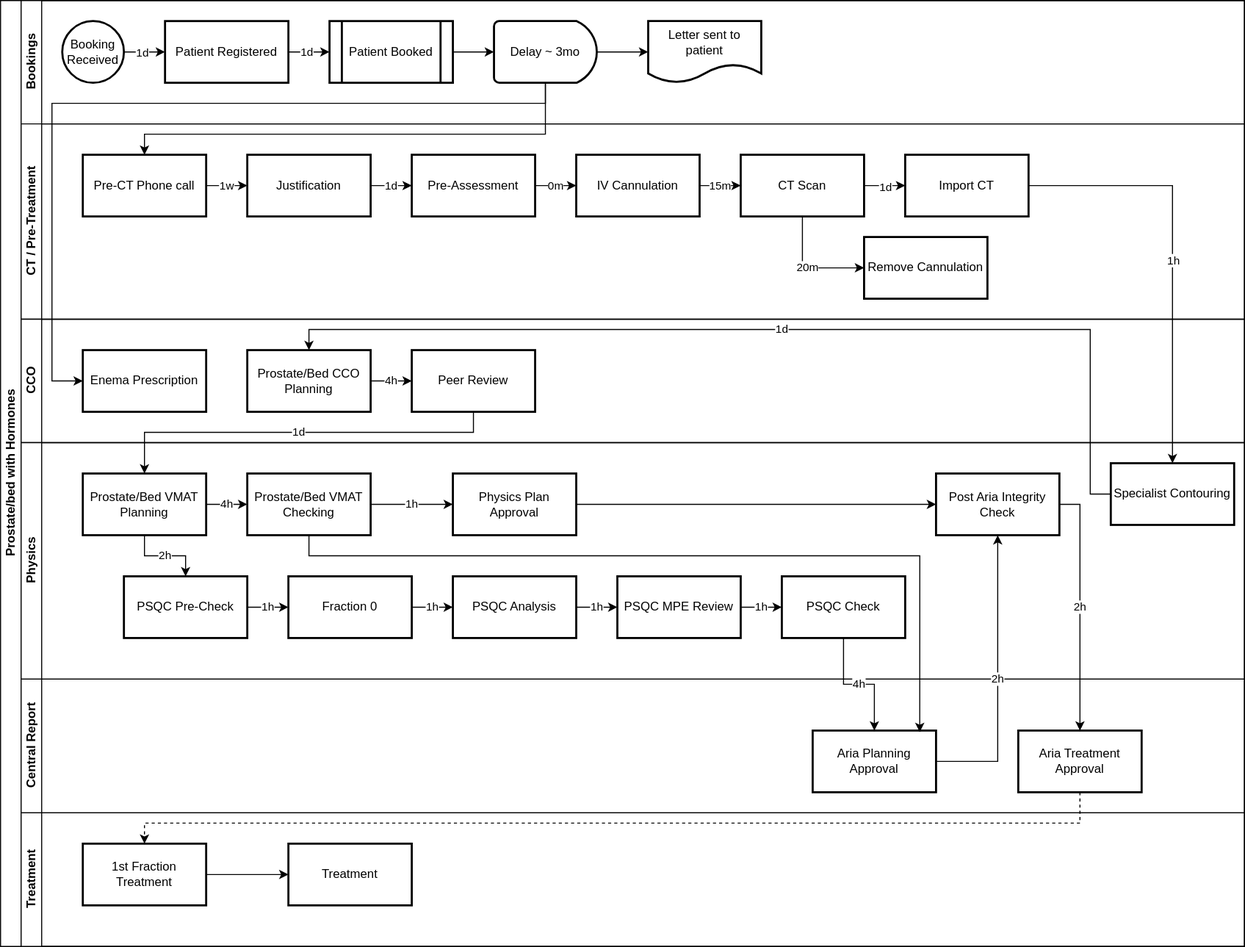
Above: Assets/ProstateNodes_Hormone.svg in MCollins87/CarePathReview (draw.io), before the change. Source tidied: cells renumbered, new cells last; positions are measured from the earlier drawing's top-left corner, leaving out a move shared by most shapes.
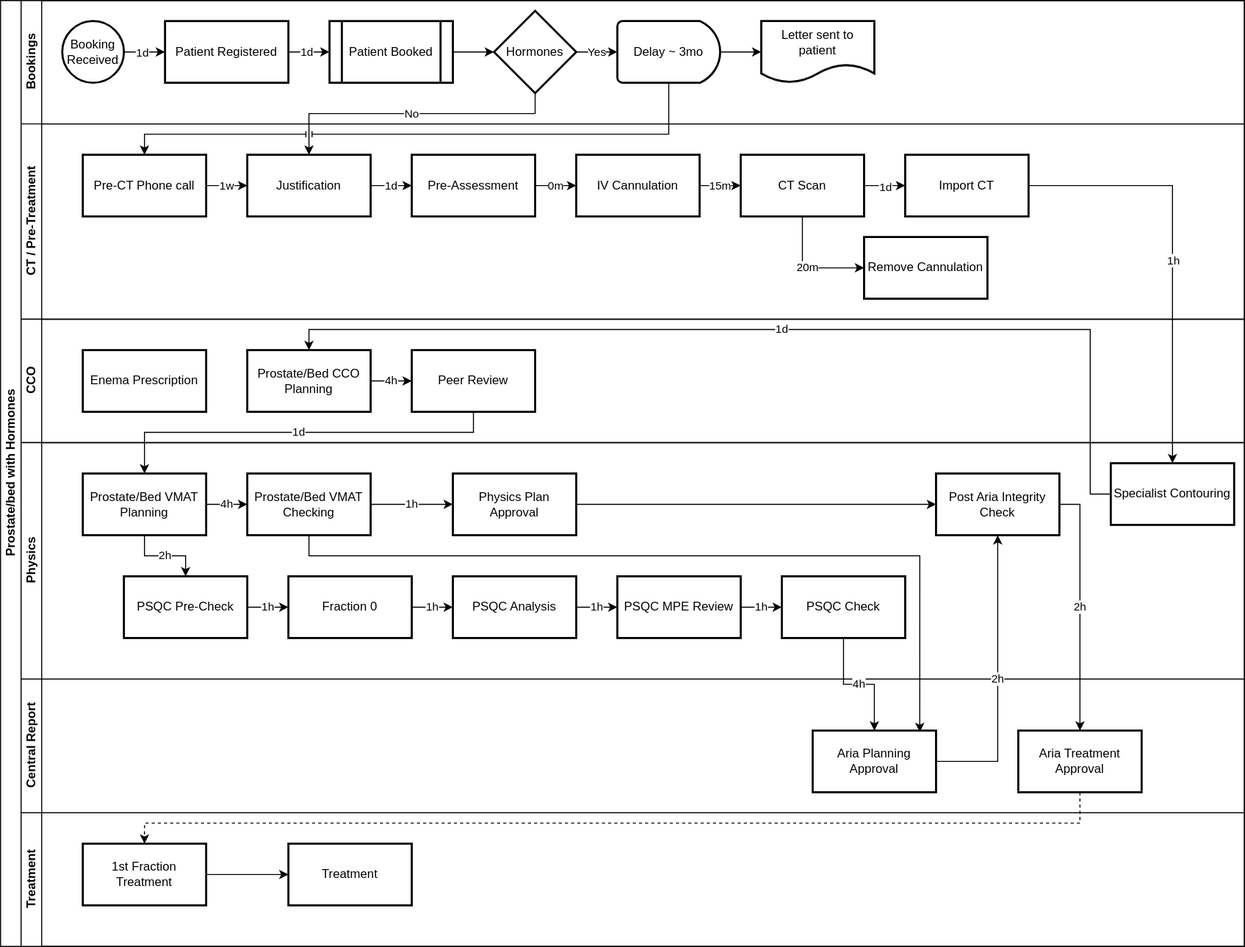
After the change.

Diff of the diagram source:
```diff
@@ -33,14 +33,20 @@
       <mxGeometry relative="1" as="geometry" />
     </mxCell>
     <mxCell id="12" value="Delay ~ 3mo" style="strokeWidth=2;html=1;shape=mxgraph.flowchart.delay;whiteSpace=wrap;" parent="3" vertex="1">
-      <mxGeometry x="460" y="20" width="100" height="60" as="geometry" />
+      <mxGeometry x="580" y="20" width="100" height="60" as="geometry" />
     </mxCell>
-    <mxCell id="13" style="edgeStyle=orthogonalEdgeStyle;rounded=0;jettySize=auto;html=1;exitX=1;exitY=0.5;exitDx=0;exitDy=0;entryX=0;entryY=0.5;entryDx=0;entryDy=0;entryPerimeter=0;" parent="3" edge="1" source="10" target="12">
-      <mxGeometry relative="1" as="geometry" />
-    </mxCell>
     <mxCell id="14" value="Letter sent to patient" style="shape=document;whiteSpace=wrap;html=1;boundedLbl=1;strokeWidth=2;" parent="3" vertex="1">
-      <mxGeometry x="610" y="20" width="110" height="60" as="geometry" />
+      <mxGeometry x="720" y="20" width="110" height="60" as="geometry" />
     </mxCell>
+    <mxCell id="72" value="Hormones" style="strokeWidth=2;html=1;shape=mxgraph.flowchart.decision;whiteSpace=wrap;" parent="3" vertex="1">
+      <mxGeometry x="460" y="10" width="80" height="80" as="geometry" />
+    </mxCell>
+    <mxCell id="73" style="edgeStyle=orthogonalEdgeStyle;rounded=0;jettySize=auto;html=1;exitX=1;exitY=0.5;exitDx=0;exitDy=0;entryX=0;entryY=0.5;entryDx=0;entryDy=0;entryPerimeter=0;" parent="3" edge="1" source="10" target="72">
+      <mxGeometry relative="1" as="geometry" />
+    </mxCell>
+    <mxCell id="74" value="Yes" style="edgeStyle=orthogonalEdgeStyle;rounded=0;jettySize=auto;html=1;exitX=1;exitY=0.5;exitDx=0;exitDy=0;exitPerimeter=0;entryX=0;entryY=0.5;entryDx=0;entryDy=0;entryPerimeter=0;" parent="3" edge="1" source="72" target="12">
+      <mxGeometry relative="1" as="geometry" />
+    </mxCell>
     <mxCell id="15" value="CT / Pre-Treatment" style="swimlane;html=1;startSize=20;horizontal=0;" parent="2" vertex="1">
       <mxGeometry x="20" y="120" width="1190" height="190" as="geometry" />
     </mxCell>
@@ -179,14 +185,6 @@
     <mxCell id="60" value="Treatment" style="whiteSpace=wrap;html=1;strokeWidth=2;" parent="57" vertex="1">
       <mxGeometry x="260" y="30" width="120" height="60" as="geometry" />
     </mxCell>
-    <mxCell id="61" style="edgeStyle=orthogonalEdgeStyle;rounded=0;jettySize=auto;html=1;" parent="2" edge="1" source="12" target="17">
-      <mxGeometry relative="1" as="geometry">
-        <Array as="points">
-          <mxPoint x="530" y="130" />
-          <mxPoint x="140" y="130" />
-        </Array>
-      </mxGeometry>
-    </mxCell>
     <mxCell id="62" value="1d" style="edgeStyle=orthogonalEdgeStyle;rounded=0;jettySize=auto;html=1;exitX=0.5;exitY=1;exitDx=0;exitDy=0;entryX=0.5;entryY=0;entryDx=0;entryDy=0;" parent="2" edge="1" source="33" target="38">
       <mxGeometry relative="1" as="geometry">
         <Array as="points">
@@ -224,15 +222,6 @@
     <mxCell id="67" value="4h" style="edgeStyle=orthogonalEdgeStyle;rounded=0;jettySize=auto;html=1;exitX=0.5;exitY=1;exitDx=0;exitDy=0;entryX=0.5;entryY=0;entryDx=0;entryDy=0;" parent="2" edge="1" source="49" target="55">
       <mxGeometry relative="1" as="geometry" />
     </mxCell>
-    <mxCell id="68" style="edgeStyle=orthogonalEdgeStyle;rounded=0;jettySize=auto;html=1;exitX=0.5;exitY=1;exitDx=0;exitDy=0;exitPerimeter=0;entryX=0;entryY=0.5;entryDx=0;entryDy=0;jumpStyle=line;" parent="2" edge="1" source="12" target="34">
-      <mxGeometry relative="1" as="geometry">
-        <Array as="points">
-          <mxPoint x="530" y="100" />
-          <mxPoint x="50" y="100" />
-          <mxPoint x="50" y="370" />
-        </Array>
-      </mxGeometry>
-    </mxCell>
     <mxCell id="69" value="1d" style="edgeStyle=orthogonalEdgeStyle;rounded=0;jettySize=auto;html=1;entryX=0.5;entryY=0;entryDx=0;entryDy=0;exitX=0;exitY=0.5;exitDx=0;exitDy=0;" parent="2" edge="1" source="53" target="32">
       <mxGeometry relative="1" as="geometry">
         <Array as="points">
@@ -248,5 +237,21 @@
     <mxCell id="71" value="1h" style="edgeLabel;html=1;align=center;verticalAlign=middle;" parent="70" vertex="1">
       <mxGeometry x="0.03" relative="1" as="geometry" />
     </mxCell>
+    <mxCell id="75" value="No" style="edgeStyle=orthogonalEdgeStyle;rounded=0;jettySize=auto;html=1;exitX=0.5;exitY=1;exitDx=0;exitDy=0;exitPerimeter=0;entryX=0.5;entryY=0;entryDx=0;entryDy=0;" parent="2" edge="1" source="72" target="19">
+      <mxGeometry relative="1" as="geometry">
+        <Array as="points">
+          <mxPoint x="520" y="110" />
+          <mxPoint x="300" y="110" />
+        </Array>
+      </mxGeometry>
+    </mxCell>
+    <mxCell id="61" style="edgeStyle=orthogonalEdgeStyle;rounded=0;jettySize=auto;html=1;exitX=0.5;exitY=1;exitDx=0;exitDy=0;exitPerimeter=0;entryX=0.5;entryY=0;entryDx=0;entryDy=0;jumpStyle=line;" parent="2" edge="1" source="12" target="17">
+      <mxGeometry relative="1" as="geometry">
+        <Array as="points">
+          <mxPoint x="650" y="130" />
+          <mxPoint x="140" y="130" />
+        </Array>
+      </mxGeometry>
+    </mxCell>
   </root>
 </mxGraphModel>
```
